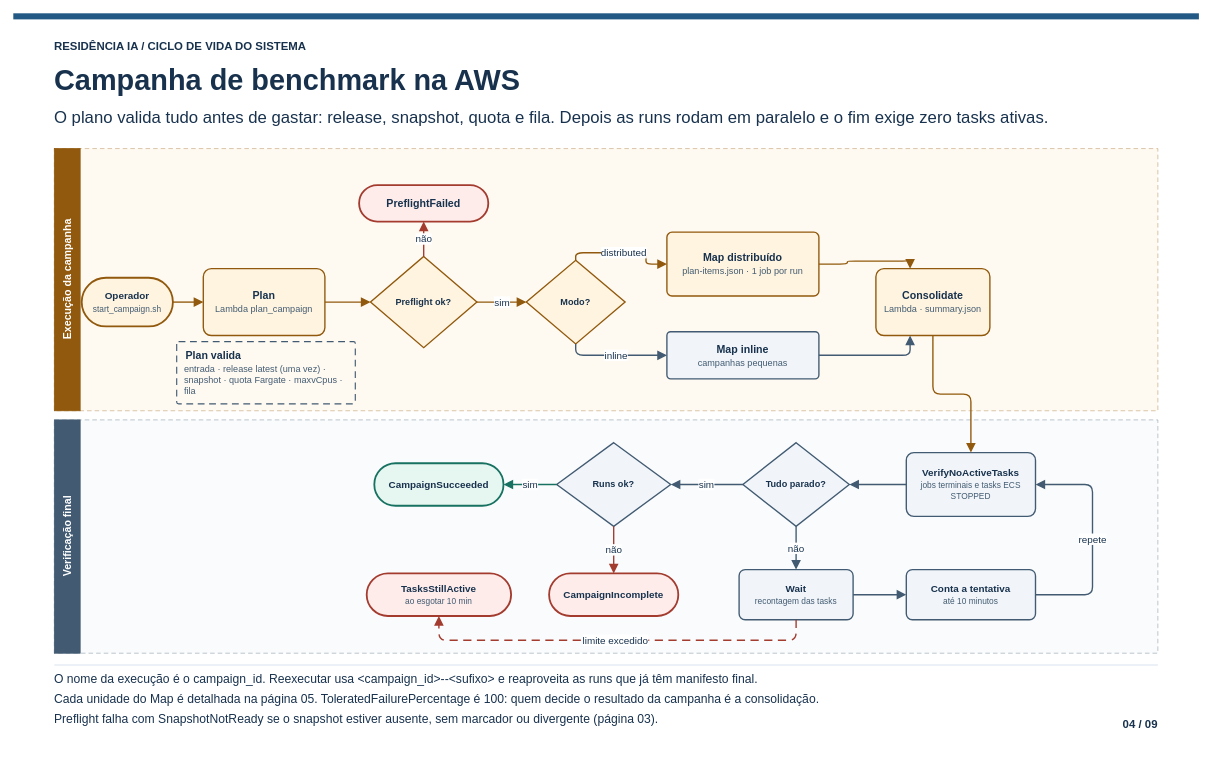
Above: page "04 · Campanha de benchmark" (4 of 9) of docs/diagrams/ciclo-de-vida-sistema.drawio in xxggabriel/residencia-ia (draw.io), before the change. Source tidied: cells renumbered, new cells numbered last; positions are measured from the earlier drawing's top-left corner, leaving out a move shared by most shapes. Both pictures are drawn from the tidied source at 76%, with x=0, y=0 at pixel (13, 13).
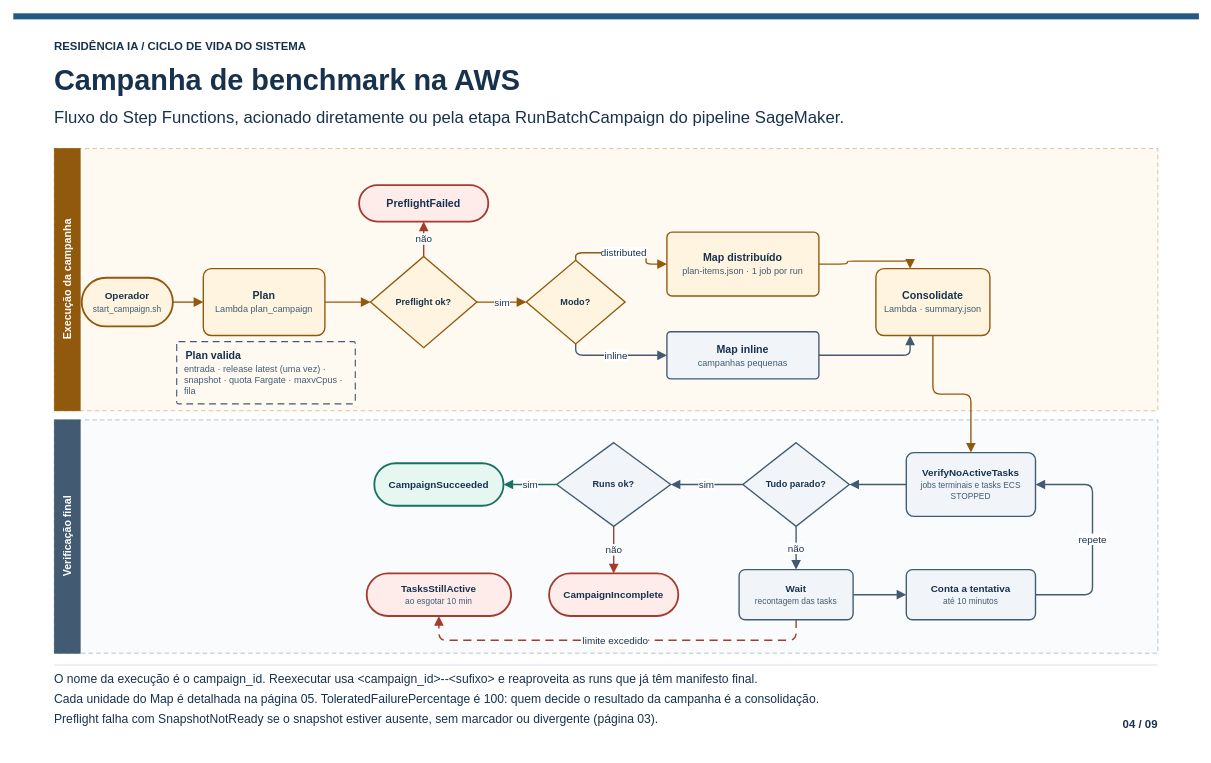
Above is the later version.

What changed in the source:
```diff
@@
-    <mxCell id="6" value="O plano valida tudo antes de gastar: release, snapshot, quota e fila. Depois as runs rodam em paralelo e o fim exige zero tasks ativas." style="text;strokeColor=none;fillColor=none;align=left;verticalAlign=middle;spacing=0;fontSize=22;html=1;fontFamily=Arial;fontColor=#18324e;whiteSpace=wrap;" parent="1" vertex="1">
+    <mxCell id="6" value="Fluxo do Step Functions, acionado diretamente ou pela etapa RunBatchCampaign do pipeline SageMaker." style="text;strokeColor=none;fillColor=none;align=left;verticalAlign=middle;spacing=0;fontSize=22;html=1;fontFamily=Arial;fontColor=#18324e;whiteSpace=wrap;" parent="1" vertex="1">
       <mxGeometry x="54" y="120" width="1452" height="36" as="geometry" />
     </mxCell>
```
